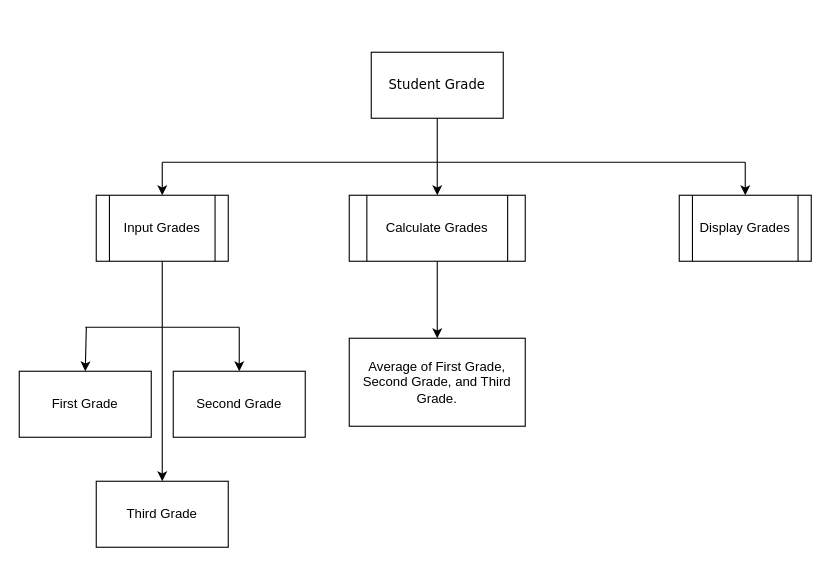
The draw.io diagram Untitled Diagram.drawio in AmawNiZy/Assignments, before the edit. Source tidied: cells renumbered, new cells numbered last; positions are measured from the earlier drawing's top-left corner, leaving out a move shared by most shapes. Both pictures are drawn from the tidied source at 110%, with x=0, y=0 at pixel (19, 52).
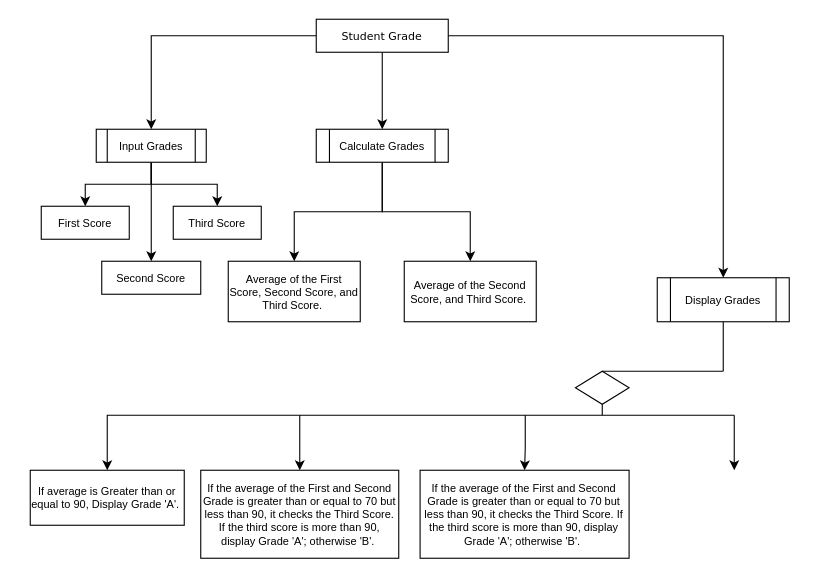
The same diagram, later.

Diff of the diagram source:
```diff
@@
+    <mxCell id="22" style="edgeStyle=orthogonalEdgeStyle;rounded=0;jettySize=auto;html=1;" parent="1" edge="1" source="2" target="5">
+      <mxGeometry relative="1" as="geometry" />
+    </mxCell>
+    <mxCell id="23" style="edgeStyle=orthogonalEdgeStyle;rounded=0;jettySize=auto;html=1;" parent="1" edge="1" source="2" target="3">
+      <mxGeometry relative="1" as="geometry" />
+    </mxCell>
+    <mxCell id="24" style="edgeStyle=orthogonalEdgeStyle;rounded=0;jettySize=auto;html=1;" parent="1" edge="1" source="2" target="6">
+      <mxGeometry relative="1" as="geometry" />
+    </mxCell>
-    <mxCell id="2" value="&lt;font face=&quot;Verdana&quot;&gt;Student Grade&lt;/font&gt;" style="rounded=0;whiteSpace=wrap;html=1;" parent="1" vertex="1">
-      <mxGeometry x="320" width="120" height="60" as="geometry" />
+    <mxCell id="2" value="&lt;font face=&quot;Verdana&quot; style=&quot;font-size: 10px;&quot;&gt;Student Grade&lt;/font&gt;" style="rounded=0;whiteSpace=wrap;html=1;fontSize=10;" parent="1" vertex="1">
+      <mxGeometry x="270" y="-30" width="120" height="30" as="geometry" />
     </mxCell>
+    <mxCell id="25" style="edgeStyle=orthogonalEdgeStyle;rounded=0;jettySize=auto;html=1;align=center;" parent="1" edge="1" source="3" target="20">
+      <mxGeometry relative="1" as="geometry" />
+    </mxCell>
+    <mxCell id="26" style="edgeStyle=orthogonalEdgeStyle;rounded=0;jettySize=auto;html=1;entryX=0.5;entryY=0;entryDx=0;entryDy=0;align=center;" parent="1" edge="1" source="3" target="18">
+      <mxGeometry relative="1" as="geometry" />
+    </mxCell>
+    <mxCell id="27" style="edgeStyle=orthogonalEdgeStyle;rounded=0;jettySize=auto;html=1;align=center;" parent="1" edge="1" source="3" target="14">
+      <mxGeometry relative="1" as="geometry" />
+    </mxCell>
-    <mxCell id="3" value="Input Grades" style="shape=process;whiteSpace=wrap;html=1;backgroundOutline=1;" parent="1" vertex="1">
-      <mxGeometry x="70" y="130" width="120" height="60" as="geometry" />
+    <mxCell id="3" value="Input Grades" style="shape=process;whiteSpace=wrap;html=1;backgroundOutline=1;fontSize=10;align=center;" parent="1" vertex="1">
+      <mxGeometry x="70" y="70" width="100" height="30" as="geometry" />
     </mxCell>
-    <mxCell id="4" style="edgeStyle=orthogonalEdgeStyle;rounded=0;jettySize=auto;html=1;" parent="1" edge="1" source="5" target="21">
+    <mxCell id="4" style="edgeStyle=orthogonalEdgeStyle;rounded=0;jettySize=auto;html=1;align=center;" parent="1" edge="1" source="5" target="21">
       <mxGeometry relative="1" as="geometry" />
     </mxCell>
+    <mxCell id="28" style="edgeStyle=orthogonalEdgeStyle;rounded=0;jettySize=auto;html=1;" parent="1" edge="1" source="5" target="39">
+      <mxGeometry relative="1" as="geometry" />
+    </mxCell>
-    <mxCell id="5" value="Calculate Grades" style="shape=process;whiteSpace=wrap;html=1;backgroundOutline=1;" parent="1" vertex="1">
-      <mxGeometry x="300" y="130" width="160" height="60" as="geometry" />
+    <mxCell id="5" value="Calculate Grades" style="shape=process;whiteSpace=wrap;html=1;backgroundOutline=1;fontSize=10;align=center;" parent="1" vertex="1">
+      <mxGeometry x="270" y="70" width="120" height="30" as="geometry" />
     </mxCell>
-    <mxCell id="6" value="Display Grades" style="shape=process;whiteSpace=wrap;html=1;backgroundOutline=1;" parent="1" vertex="1">
-      <mxGeometry x="600" y="130" width="120" height="60" as="geometry" />
+    <mxCell id="6" value="Display Grades" style="shape=process;whiteSpace=wrap;html=1;backgroundOutline=1;fontSize=10;align=center;" parent="1" vertex="1">
+      <mxGeometry x="580" y="205" width="120" height="40" as="geometry" />
     </mxCell>
-    <mxCell id="7" style="endArrow=none;html=1;rounded=0;entryX=0.5;entryY=1;entryDx=0;entryDy=0;" parent="1" edge="1" target="2">
-      <mxGeometry relative="1" as="geometry">
-        <mxPoint x="380" y="100" as="sourcePoint" />
-      </mxGeometry>
-    </mxCell>
-    <mxCell id="8" style="endArrow=none;html=1;rounded=0;" parent="1" edge="1">
-      <mxGeometry relative="1" as="geometry">
-        <mxPoint x="130" y="100" as="sourcePoint" />
-        <mxPoint x="380" y="100" as="targetPoint" />
-      </mxGeometry>
-    </mxCell>
-    <mxCell id="9" style="endArrow=none;html=1;rounded=0;" parent="1" edge="1">
-      <mxGeometry relative="1" as="geometry">
-        <mxPoint x="380" y="100" as="sourcePoint" />
-        <mxPoint x="660" y="100" as="targetPoint" />
-      </mxGeometry>
-    </mxCell>
-    <mxCell id="10" style="endArrow=classic;html=1;rounded=0;" parent="1" edge="1" target="5">
-      <mxGeometry relative="1" as="geometry">
-        <mxPoint x="380" y="100" as="sourcePoint" />
-      </mxGeometry>
-    </mxCell>
-    <mxCell id="11" style="endArrow=classic;html=1;rounded=0;entryX=0.5;entryY=0;entryDx=0;entryDy=0;" parent="1" edge="1" target="3">
-      <mxGeometry relative="1" as="geometry">
-        <mxPoint x="130" y="100" as="sourcePoint" />
-      </mxGeometry>
-    </mxCell>
-    <mxCell id="12" style="endArrow=classic;html=1;rounded=0;entryX=0.5;entryY=0;entryDx=0;entryDy=0;" parent="1" edge="1" target="6">
-      <mxGeometry relative="1" as="geometry">
-        <mxPoint x="660" y="100" as="sourcePoint" />
-      </mxGeometry>
-    </mxCell>
-    <mxCell id="13" style="endArrow=none;html=1;rounded=0;entryX=0.5;entryY=1;entryDx=0;entryDy=0;" parent="1" edge="1" target="3">
-      <mxGeometry relative="1" as="geometry">
-        <mxPoint x="130" y="250" as="sourcePoint" />
-      </mxGeometry>
-    </mxCell>
-    <mxCell id="14" value="First Grade" style="rounded=0;whiteSpace=wrap;html=1;" parent="1" vertex="1">
-      <mxGeometry y="290" width="120" height="60" as="geometry" />
+    <mxCell id="14" value="First Score" style="rounded=0;whiteSpace=wrap;html=1;fontSize=10;align=center;" parent="1" vertex="1">
+      <mxGeometry x="20" y="140" width="80" height="30" as="geometry" />
     </mxCell>
-    <mxCell id="15" style="endArrow=classic;html=1;rounded=0;entryX=0.5;entryY=0;entryDx=0;entryDy=0;" parent="1" edge="1" target="14">
-      <mxGeometry relative="1" as="geometry">
-        <mxPoint x="61" y="250" as="sourcePoint" />
-      </mxGeometry>
-    </mxCell>
-    <mxCell id="16" style="endArrow=none;html=1;rounded=0;" parent="1" edge="1">
-      <mxGeometry relative="1" as="geometry">
-        <mxPoint x="60" y="250" as="sourcePoint" />
-        <mxPoint x="200" y="250" as="targetPoint" />
-      </mxGeometry>
-    </mxCell>
-    <mxCell id="17" style="endArrow=classic;html=1;rounded=0;" parent="1" edge="1">
-      <mxGeometry relative="1" as="geometry">
-        <mxPoint x="130" y="250" as="sourcePoint" />
-        <mxPoint x="130" y="390" as="targetPoint" />
-      </mxGeometry>
-    </mxCell>
-    <mxCell id="18" value="Third Grade" style="rounded=0;whiteSpace=wrap;html=1;" parent="1" vertex="1">
-      <mxGeometry x="70" y="390" width="120" height="60" as="geometry" />
+    <mxCell id="18" value="Third Score" style="rounded=0;whiteSpace=wrap;html=1;fontSize=10;align=center;" parent="1" vertex="1">
+      <mxGeometry x="140" y="140" width="80" height="30" as="geometry" />
     </mxCell>
-    <mxCell id="19" style="endArrow=classic;html=1;rounded=0;" parent="1" edge="1">
-      <mxGeometry relative="1" as="geometry">
-        <mxPoint x="200" y="250" as="sourcePoint" />
-        <mxPoint x="200" y="290" as="targetPoint" />
-        <Array as="points">
-          <mxPoint x="200" y="280" />
-        </Array>
-      </mxGeometry>
-    </mxCell>
-    <mxCell id="20" value="Second Grade" style="rounded=0;whiteSpace=wrap;html=1;" parent="1" vertex="1">
-      <mxGeometry x="140" y="290" width="120" height="60" as="geometry" />
+    <mxCell id="20" value="Second Score" style="rounded=0;whiteSpace=wrap;html=1;fontSize=10;" parent="1" vertex="1">
+      <mxGeometry x="75" y="190" width="90" height="30" as="geometry" />
     </mxCell>
-    <mxCell id="21" value="Average of First Grade, Second Grade, and Third Grade." style="rounded=0;whiteSpace=wrap;html=1;" parent="1" vertex="1">
-      <mxGeometry x="300" y="260" width="160" height="80" as="geometry" />
+    <mxCell id="21" value="Average of the First Score, Second Score, and Third Score.&amp;nbsp;" style="rounded=0;whiteSpace=wrap;html=1;fontSize=10;align=center;" parent="1" vertex="1">
+      <mxGeometry x="190" y="190" width="120" height="55" as="geometry" />
     </mxCell>
+    <mxCell id="29" value="If average is Greater than or equal to 90, Display Grade 'A'.&amp;nbsp;" style="rounded=0;whiteSpace=wrap;html=1;fontSize=10;labelBorderColor=none;" parent="1" vertex="1">
+      <mxGeometry x="10" y="380" width="140" height="50" as="geometry" />
+    </mxCell>
+    <mxCell id="30" style="endArrow=none;html=1;rounded=0;exitX=0.5;exitY=0;exitDx=0;exitDy=0;" parent="1" edge="1" source="31">
+      <mxGeometry relative="1" as="geometry">
+        <mxPoint x="640" y="290" as="targetPoint" />
+      </mxGeometry>
+    </mxCell>
+    <mxCell id="31" style="rhombus;whiteSpace=wrap;html=1;" parent="1" vertex="1">
+      <mxGeometry x="505.6" y="290" width="48.8" height="30" as="geometry" />
+    </mxCell>
+    <mxCell id="32" style="endArrow=none;html=1;rounded=0;entryX=0.5;entryY=1;entryDx=0;entryDy=0;" parent="1" edge="1" target="31">
+      <mxGeometry relative="1" as="geometry">
+        <mxPoint x="530" y="330" as="sourcePoint" />
+      </mxGeometry>
+    </mxCell>
+    <mxCell id="33" style="endArrow=classic;html=1;rounded=0;entryX=0.5;entryY=0;entryDx=0;entryDy=0;" parent="1" edge="1" target="29">
+      <mxGeometry relative="1" as="geometry">
+        <mxPoint x="650" y="330" as="sourcePoint" />
+        <Array as="points">
+          <mxPoint x="80" y="330" />
+        </Array>
+      </mxGeometry>
+    </mxCell>
+    <mxCell id="34" value="&lt;div style=&quot;&quot;&gt;&lt;span style=&quot;background-color: initial;&quot;&gt;If the average of the First and Second Grade is greater than or equal to 70 but less than 90, it checks the Third Score. If the third score is more than 90, display Grade 'A'; otherwise 'B'.&amp;nbsp;&lt;/span&gt;&lt;/div&gt;" style="rounded=0;whiteSpace=wrap;html=1;fontSize=10;align=center;" parent="1" vertex="1">
+      <mxGeometry x="364.4" y="380" width="190" height="80" as="geometry" />
+    </mxCell>
+    <mxCell id="35" style="endArrow=classic;html=1;rounded=0;entryX=0.5;entryY=0;entryDx=0;entryDy=0;fontStyle=1;" parent="1" edge="1" target="40">
+      <mxGeometry relative="1" as="geometry">
+        <mxPoint x="255" y="330" as="sourcePoint" />
+        <Array as="points">
+          <mxPoint x="255" y="340" />
+        </Array>
+      </mxGeometry>
+    </mxCell>
+    <mxCell id="36" style="endArrow=classic;html=1;rounded=0;entryX=0.5;entryY=0;entryDx=0;entryDy=0;" parent="1" edge="1" target="34">
+      <mxGeometry relative="1" as="geometry">
+        <mxPoint x="460" y="330" as="sourcePoint" />
+        <Array as="points">
+          <mxPoint x="460" y="360" />
+        </Array>
+      </mxGeometry>
+    </mxCell>
+    <mxCell id="37" style="endArrow=classic;html=1;rounded=0;entryX=0.5;entryY=0;entryDx=0;entryDy=0;" parent="1" edge="1">
+      <mxGeometry relative="1" as="geometry">
+        <mxPoint x="650" y="330" as="sourcePoint" />
+        <mxPoint x="650" y="380" as="targetPoint" />
+        <Array as="points">
+          <mxPoint x="650" y="350" />
+        </Array>
+      </mxGeometry>
+    </mxCell>
+    <mxCell id="38" style="endArrow=none;html=1;rounded=0;entryX=0.5;entryY=1;entryDx=0;entryDy=0;" parent="1" edge="1" target="6">
+      <mxGeometry relative="1" as="geometry">
+        <mxPoint x="640" y="290" as="sourcePoint" />
+      </mxGeometry>
+    </mxCell>
+    <mxCell id="39" value="Average of the Second Score, and Third Score.&amp;nbsp;" style="rounded=0;whiteSpace=wrap;html=1;fontSize=10;align=center;" parent="1" vertex="1">
+      <mxGeometry x="350" y="190" width="120" height="55" as="geometry" />
+    </mxCell>
+    <mxCell id="40" value="If the average of the First and Second Grade is greater than or equal to 70 but less than 90, it checks the Third Score. If the third score is more than 90, display Grade 'A'; otherwise 'B'.&amp;nbsp;" style="rounded=0;whiteSpace=wrap;html=1;fontSize=10;" parent="1" vertex="1">
+      <mxGeometry x="165" y="380" width="180" height="80" as="geometry" />
+    </mxCell>
```
